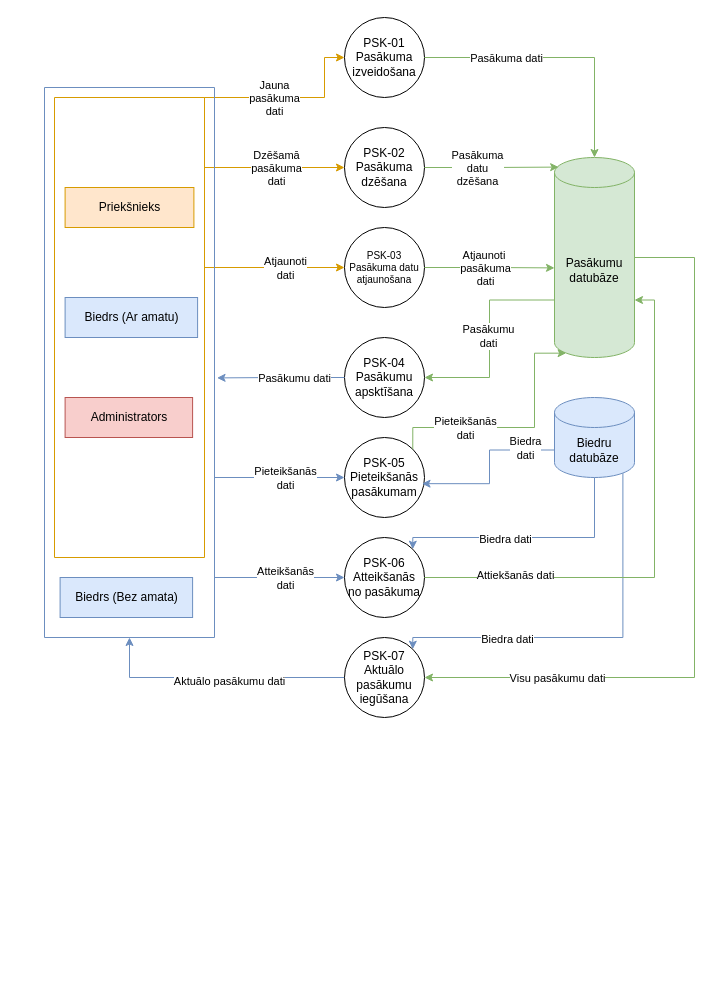
JekabsVanags/LSGCO_IS keeps this draw.io diagram as page "2.limena_PSK_DPD" (4 of 10) of Documentation/DiagramData/LSGCO_IS_DIAGRAMS.drawio. Above is the earlier version. Source tidied: cells renumbered, new cells numbered last; positions are measured from the earlier drawing's top-left corner, leaving out a move shared by most shapes. Both pictures are drawn from the tidied source at 100%, with x=0, y=0 at pixel (44, 17).
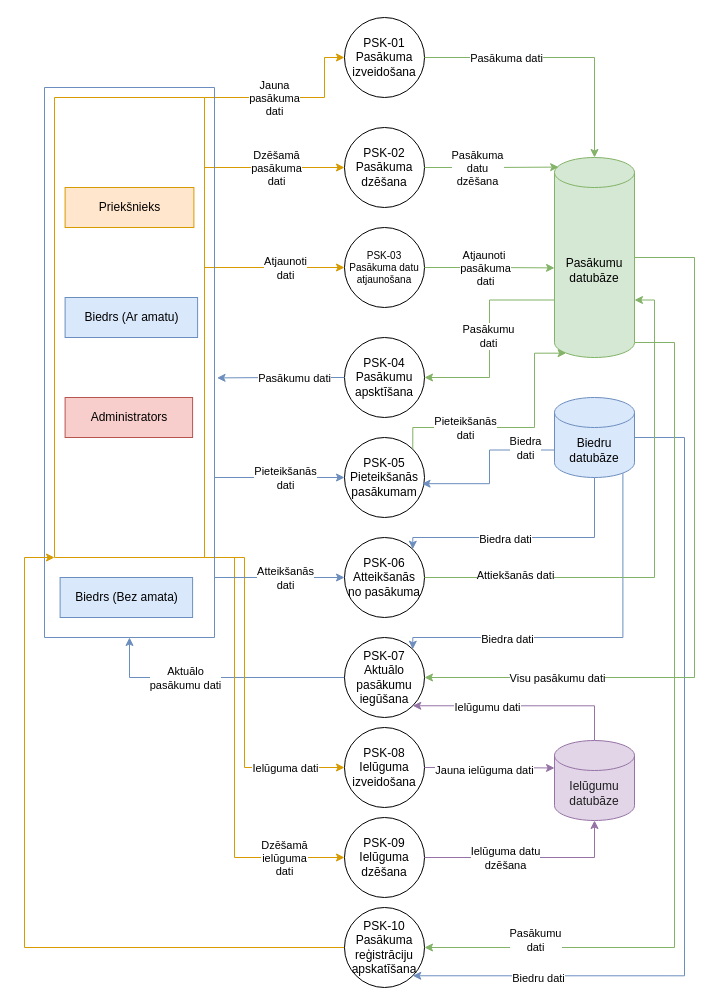
The same diagram, later.

Unchanged cells that the change refers to:
```xml
<mxCell id="11" value="Biedru datubāze" style="shape=cylinder3;whiteSpace=wrap;html=1;boundedLbl=1;backgroundOutline=1;size=15;fillColor=#dae8fc;strokeColor=#6c8ebf;fontColor=#000000;" parent="1" vertex="1">
  <mxGeometry x="510" y="380" width="80" height="80" as="geometry" />
</mxCell>
<mxCell id="16" value="Pasākumu&lt;br&gt;datubāze" style="shape=cylinder3;whiteSpace=wrap;html=1;boundedLbl=1;backgroundOutline=1;size=15;fillColor=#d5e8d4;strokeColor=#82b366;fontColor=#000000;" parent="1" vertex="1">
  <mxGeometry x="510" y="140" width="80" height="200" as="geometry" />
</mxCell>
<mxCell id="18" style="edgeStyle=orthogonalEdgeStyle;rounded=0;jettySize=auto;html=1;exitX=0;exitY=0.5;exitDx=0;exitDy=0;entryX=0.5;entryY=1;entryDx=0;entryDy=0;fillColor=#dae8fc;strokeColor=#6c8ebf;" parent="1" edge="1" source="20" target="32">
  <mxGeometry relative="1" as="geometry" />
</mxCell>
<mxCell id="20" value="PSK-07&lt;br&gt;Aktuālo pasākumu iegūšana" style="ellipse;whiteSpace=wrap;html=1;" parent="1" vertex="1">
  <mxGeometry x="300" y="620" width="80" height="80" as="geometry" />
</mxCell>
<mxCell id="27" style="swimlane;startSize=0;fillColor=#ffe6cc;strokeColor=#d79b00;" parent="1" vertex="1">
  <mxGeometry x="10" y="80" width="150" height="460" as="geometry" />
</mxCell>
```

The edit, as a diff of the source:
```diff
@@
+    <mxCell id="51" style="edgeStyle=orthogonalEdgeStyle;rounded=0;jettySize=auto;html=1;exitX=1;exitY=0.5;exitDx=0;exitDy=0;exitPerimeter=0;entryX=1;entryY=1;entryDx=0;entryDy=0;fillColor=#dae8fc;strokeColor=#6c8ebf;" parent="1" edge="1" source="11" target="69">
+      <mxGeometry relative="1" as="geometry">
+        <Array as="points">
+          <mxPoint x="640" y="420" />
+          <mxPoint x="640" y="958" />
+        </Array>
+      </mxGeometry>
+    </mxCell>
+    <mxCell id="52" value="Biedru dati" style="edgeLabel;html=1;align=center;verticalAlign=middle;" parent="51" vertex="1">
+      <mxGeometry x="0.71" y="2" relative="1" as="geometry" />
+    </mxCell>
@@
+    <mxCell id="53" style="edgeStyle=orthogonalEdgeStyle;rounded=0;jettySize=auto;html=1;exitX=1;exitY=1;exitDx=0;exitDy=-15;exitPerimeter=0;entryX=1;entryY=0.5;entryDx=0;entryDy=0;fillColor=#d5e8d4;strokeColor=#82b366;" parent="1" edge="1" source="16" target="69">
+      <mxGeometry relative="1" as="geometry">
+        <Array as="points">
+          <mxPoint x="630" y="325" />
+          <mxPoint x="630" y="930" />
+        </Array>
+      </mxGeometry>
+    </mxCell>
+    <mxCell id="54" value="Pasākumu &lt;br&gt;dati" style="edgeLabel;html=1;align=center;verticalAlign=middle;" parent="53" vertex="1">
+      <mxGeometry x="0.11" relative="1" as="geometry">
+        <mxPoint x="-140" y="140" as="offset" />
+      </mxGeometry>
+    </mxCell>
@@
-    <mxCell id="19" value="Aktuālo pasākumu dati" style="edgeLabel;html=1;align=center;verticalAlign=middle;" parent="18" vertex="1">
-      <mxGeometry x="-0.09" y="3" relative="1" as="geometry" />
+    <mxCell id="19" value="Aktuālo &lt;br&gt;pasākumu dati" style="edgeLabel;html=1;align=center;verticalAlign=middle;" parent="18" vertex="1">
+      <mxGeometry x="-0.09" y="3" relative="1" as="geometry">
+        <mxPoint x="-44" y="-3" as="offset" />
+      </mxGeometry>
     </mxCell>
@@
+    <mxCell id="55" style="edgeStyle=orthogonalEdgeStyle;rounded=0;jettySize=auto;html=1;exitX=1;exitY=1;exitDx=0;exitDy=0;entryX=0;entryY=0.5;entryDx=0;entryDy=0;fillColor=#ffe6cc;strokeColor=#d79b00;" parent="1" edge="1" source="27" target="59">
+      <mxGeometry relative="1" as="geometry">
+        <Array as="points">
+          <mxPoint x="200" y="540" />
+          <mxPoint x="200" y="750" />
+        </Array>
+      </mxGeometry>
+    </mxCell>
+    <mxCell id="56" value="Ielūguma dati" style="edgeLabel;html=1;align=center;verticalAlign=middle;" parent="55" vertex="1">
+      <mxGeometry x="0.53" y="-3" relative="1" as="geometry">
+        <mxPoint x="22" y="-3" as="offset" />
+      </mxGeometry>
+    </mxCell>
+    <mxCell id="57" style="edgeStyle=orthogonalEdgeStyle;rounded=0;jettySize=auto;html=1;exitX=1;exitY=1;exitDx=0;exitDy=0;entryX=0;entryY=0.5;entryDx=0;entryDy=0;fillColor=#ffe6cc;strokeColor=#d79b00;" parent="1" edge="1" source="27" target="60">
+      <mxGeometry relative="1" as="geometry">
+        <Array as="points">
+          <mxPoint x="190" y="540" />
+          <mxPoint x="190" y="840" />
+        </Array>
+      </mxGeometry>
+    </mxCell>
+    <mxCell id="58" value="Dzēšamā&lt;br&gt;ielūguma&lt;br&gt;dati" style="edgeLabel;html=1;align=center;verticalAlign=middle;" parent="57" vertex="1">
+      <mxGeometry x="0.61" relative="1" as="geometry">
+        <mxPoint x="25" as="offset" />
+      </mxGeometry>
+    </mxCell>
@@
+    <mxCell id="59" value="PSK-08&lt;br&gt;Ielūguma izveidošana" style="ellipse;whiteSpace=wrap;html=1;" parent="1" vertex="1">
+      <mxGeometry x="300" y="710" width="80" height="80" as="geometry" />
+    </mxCell>
+    <mxCell id="60" value="PSK-09&lt;br&gt;Ielūguma dzēšana" style="ellipse;whiteSpace=wrap;html=1;" parent="1" vertex="1">
+      <mxGeometry x="300" y="800" width="80" height="80" as="geometry" />
+    </mxCell>
+    <mxCell id="61" style="edgeStyle=orthogonalEdgeStyle;rounded=0;jettySize=auto;html=1;exitX=0.5;exitY=0;exitDx=0;exitDy=0;exitPerimeter=0;entryX=1;entryY=1;entryDx=0;entryDy=0;fillColor=#e1d5e7;strokeColor=#9673a6;" parent="1" edge="1" source="63" target="20">
+      <mxGeometry relative="1" as="geometry">
+        <Array as="points">
+          <mxPoint x="550" y="688" />
+        </Array>
+      </mxGeometry>
+    </mxCell>
+    <mxCell id="62" value="Ielūgumu dati" style="edgeLabel;html=1;align=center;verticalAlign=middle;" parent="61" vertex="1">
+      <mxGeometry x="0.31" y="1" relative="1" as="geometry" />
+    </mxCell>
+    <mxCell id="63" value="Ielūgumu datubāze" style="shape=cylinder3;whiteSpace=wrap;html=1;boundedLbl=1;backgroundOutline=1;size=15;fillColor=#e1d5e7;strokeColor=#9673a6;fontColor=#1F1F1F;" parent="1" vertex="1">
+      <mxGeometry x="510" y="723" width="80" height="80" as="geometry" />
+    </mxCell>
+    <mxCell id="64" style="edgeStyle=orthogonalEdgeStyle;rounded=0;jettySize=auto;html=1;exitX=1;exitY=0.5;exitDx=0;exitDy=0;entryX=0;entryY=0;entryDx=0;entryDy=27.5;entryPerimeter=0;fillColor=#e1d5e7;strokeColor=#9673a6;" parent="1" edge="1" source="59" target="63">
+      <mxGeometry relative="1" as="geometry" />
+    </mxCell>
+    <mxCell id="65" value="Jauna ielūguma dati" style="edgeLabel;html=1;align=center;verticalAlign=middle;" parent="64" vertex="1">
+      <mxGeometry x="-0.1" y="-2" relative="1" as="geometry" />
+    </mxCell>
+    <mxCell id="66" style="edgeStyle=orthogonalEdgeStyle;rounded=0;jettySize=auto;html=1;exitX=1;exitY=0.5;exitDx=0;exitDy=0;entryX=0.5;entryY=1;entryDx=0;entryDy=0;entryPerimeter=0;fillColor=#e1d5e7;strokeColor=#9673a6;" parent="1" edge="1" source="60" target="63">
+      <mxGeometry relative="1" as="geometry" />
+    </mxCell>
+    <mxCell id="67" value="Ielūguma datu &lt;br&gt;dzēšana" style="edgeLabel;html=1;align=center;verticalAlign=middle;" parent="66" vertex="1">
+      <mxGeometry x="-0.4" y="-1" relative="1" as="geometry">
+        <mxPoint x="18" y="-1" as="offset" />
+      </mxGeometry>
+    </mxCell>
+    <mxCell id="68" style="edgeStyle=orthogonalEdgeStyle;rounded=0;jettySize=auto;html=1;exitX=0;exitY=0.5;exitDx=0;exitDy=0;entryX=0;entryY=1;entryDx=0;entryDy=0;fillColor=#ffe6cc;strokeColor=#d79b00;" parent="1" edge="1" source="69" target="27">
+      <mxGeometry relative="1" as="geometry">
+        <Array as="points">
+          <mxPoint x="-20" y="930" />
+          <mxPoint x="-20" y="540" />
+        </Array>
+      </mxGeometry>
+    </mxCell>
+    <mxCell id="69" value="PSK-10&lt;br&gt;Pasākuma reģistrāciju apskatīšana" style="ellipse;whiteSpace=wrap;html=1;" parent="1" vertex="1">
+      <mxGeometry x="300" y="890" width="80" height="80" as="geometry" />
+    </mxCell>
```
